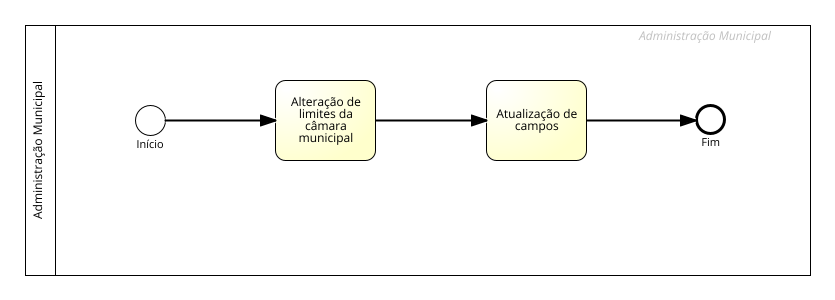
Before: BPMNs/Administração Municipal/Images/RFADM3.png, a diagram exported from BPMN (Municip-io-org/Municip.io). Its source is kept beside it as BPMNs/Administração Municipal/RFADM3.bpmn. Ids are renumbered.
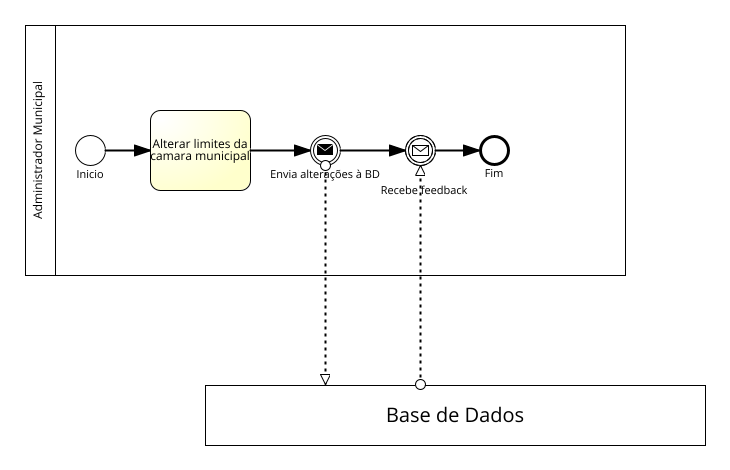
After the change.

The edit, as a diff of the source:
```diff
@@ -1,42 +1,59 @@
-<?xml version="1.0" encoding="UTF-8"?><definitions xmlns="http://www.omg.org/spec/BPMN/20100524/MODEL" xmlns:bpmndi="http://www.omg.org/spec/BPMN/20100524/DI" xmlns:omgdc="http://www.omg.org/spec/DD/20100524/DC" xmlns:omgdi="http://www.omg.org/spec/DD/20100524/DI" xmlns:signavio="http://www.signavio.com" xmlns:xsi="http://www.w3.org/2001/XMLSchema-instance" exporter="Signavio Process Editor, http://www.signavio.com" exporterVersion="17.8.2" expressionLanguage="http://www.w3.org/TR/XPath" id="sid-bff830e9-3cd9-4d7a-9ea7-29aec056781a" targetNamespace="http://www.signavio.com" typeLanguage="http://www.w3.org/2001/XMLSchema" xsi:schemaLocation="http://www.omg.org/spec/BPMN/20100524/MODEL http://www.omg.org/spec/BPMN/2.0/20100501/BPMN20.xsd">
-   <collaboration id="sid-b6b32f4e-c9c7-440f-bdcb-12419c208ed8">
+<?xml version="1.0" encoding="UTF-8"?><definitions xmlns="http://www.omg.org/spec/BPMN/20100524/MODEL" xmlns:bpmndi="http://www.omg.org/spec/BPMN/20100524/DI" xmlns:omgdc="http://www.omg.org/spec/DD/20100524/DC" xmlns:omgdi="http://www.omg.org/spec/DD/20100524/DI" xmlns:signavio="http://www.signavio.com" xmlns:xsi="http://www.w3.org/2001/XMLSchema-instance" exporter="Signavio Process Editor, http://www.signavio.com" exporterVersion="17.9.0" expressionLanguage="http://www.w3.org/TR/XPath" id="sid-0af09acb-2657-4b84-a68f-adb95ff0ffd9" targetNamespace="http://www.signavio.com" typeLanguage="http://www.w3.org/2001/XMLSchema" xsi:schemaLocation="http://www.omg.org/spec/BPMN/20100524/MODEL http://www.omg.org/spec/BPMN/2.0/20100501/BPMN20.xsd">
+   <collaboration id="sid-87433ca6-2d20-4238-8f25-cbb51ecfe668">
       <extensionElements>
          <signavio:signavioDiagramMetaData metaKey="prozessreifegrad" metaValue=""/>
          <signavio:signavioDiagramMetaData metaKey="iso9000ff" metaValue=""/>
          <signavio:signavioDiagramMetaData metaKey="processgoal" metaValue=""/>
          <signavio:signavioDiagramMetaData metaKey="meta-processowner" metaValue=""/>
-         <signavio:signavioDiagramMetaData metaKey="revisionid" metaValue="f34bfdd4e18b47a081d208595270e004"/>
+         <signavio:signavioDiagramMetaData metaKey="revisionid" metaValue="f077bb18992f46498bd38844e32c4adb"/>
       </extensionElements>
-      <participant id="sid-E14A2630-BF64-4854-8BA1-779919D15FB5" name="Administração Municipal" processRef="sid-7438947C-566E-4442-8145-57CA85D1A3B4">
+      <participant id="sid-60AB658F-DDB0-4B02-BE09-D8631FA98FDF" name="Administrador Municipal" processRef="sid-F47C586F-47B9-462D-9F9F-E39425EAAFA0">
          <extensionElements>
             <signavio:signavioMetaData metaKey="bgcolor" metaValue="#ffffff"/>
             <signavio:signavioMetaData metaKey="bordercolor" metaValue="#000000"/>
          </extensionElements>
       </participant>
+      <participant id="sid-F334BDF1-8FC6-4F55-8EAA-AA6A96764541" name="Base de Dados">
+         <extensionElements>
+            <signavio:signavioMetaData metaKey="bgcolor" metaValue="#ffffff"/>
+            <signavio:signavioMetaData metaKey="bordercolor" metaValue="#000000"/>
+         </extensionElements>
+      </participant>
+      <messageFlow id="sid-4D7AB9A9-3760-4F06-B2CF-B44B79A0B9AF" name="" sourceRef="sid-5DDD341B-4443-48AD-A353-4A88A1303B99" targetRef="sid-F334BDF1-8FC6-4F55-8EAA-AA6A96764541">
+         <extensionElements>
+            <signavio:signavioMetaData metaKey="bordercolor" metaValue="#000000"/>
+         </extensionElements>
+      </messageFlow>
+      <messageFlow id="sid-EB647BB1-A283-49BF-AA02-3D5664320BF7" name="" sourceRef="sid-F334BDF1-8FC6-4F55-8EAA-AA6A96764541" targetRef="sid-40D8C623-594C-4D21-B776-1DA431AC6BFC">
+         <extensionElements>
+            <signavio:signavioMetaData metaKey="bordercolor" metaValue="#000000"/>
+         </extensionElements>
+      </messageFlow>
    </collaboration>
-   <process id="sid-7438947C-566E-4442-8145-57CA85D1A3B4" isClosed="false" isExecutable="false" name="Administração Municipal" processType="None">
+   <process id="sid-F47C586F-47B9-462D-9F9F-E39425EAAFA0" isClosed="false" isExecutable="false" name="Administrador Municipal" processType="None">
       <extensionElements/>
-      <laneSet id="sid-12d9397d-056d-4d15-8bfc-2471853f4752">
-         <lane id="sid-C7383A6C-F52B-431C-8B79-69FD44ABDC23">
+      <laneSet id="sid-551626df-6db2-4fba-9ace-34dea788994b">
+         <lane id="sid-E5C83F91-4B58-456E-80EA-36B0DD8CBACD">
             <extensionElements>
                <signavio:signavioMetaData metaKey="bgcolor" metaValue=""/>
                <signavio:signavioMetaData metaKey="bordercolor" metaValue="#000000"/>
             </extensionElements>
-            <flowNodeRef>sid-0EB4B157-302D-4EAA-A43A-975ECF559CE3</flowNodeRef>
-            <flowNodeRef>sid-6208ADE8-D84D-4894-9D7C-F0AD8CCF59B0</flowNodeRef>
-            <flowNodeRef>sid-345FC2DF-637F-42B1-ABB6-85759CA7EC0C</flowNodeRef>
-            <flowNodeRef>sid-5B05376D-5C04-487E-95AA-DCBA4DA8E5C3</flowNodeRef>
+            <flowNodeRef>sid-0C0AD089-07E2-4A43-99F5-6968C2F26217</flowNodeRef>
+            <flowNodeRef>sid-77AC65BA-AF7E-4768-8337-DB957F25FF63</flowNodeRef>
+            <flowNodeRef>sid-40D8C623-594C-4D21-B776-1DA431AC6BFC</flowNodeRef>
+            <flowNodeRef>sid-5DDD341B-4443-48AD-A353-4A88A1303B99</flowNodeRef>
+            <flowNodeRef>sid-0E823678-1DB2-47DA-A91D-3171463FEB54</flowNodeRef>
          </lane>
       </laneSet>
-      <startEvent id="sid-0EB4B157-302D-4EAA-A43A-975ECF559CE3" name="Início">
+      <startEvent id="sid-0C0AD089-07E2-4A43-99F5-6968C2F26217" name="Inicio">
          <extensionElements>
             <signavio:signavioMetaData metaKey="bgcolor" metaValue="#ffffff"/>
             <signavio:signavioMetaData metaKey="bordercolor" metaValue="#000000"/>
             <signavio:signavioMetaData metaKey="vorgngerprozesse" metaValue=""/>
          </extensionElements>
-         <outgoing>sid-48203474-E44F-46D3-8B60-6F7EE7987956</outgoing>
+         <outgoing>sid-1277CB96-6CCF-4DA0-AECF-F08FD259CD8D</outgoing>
       </startEvent>
-      <task completionQuantity="1" id="sid-6208ADE8-D84D-4894-9D7C-F0AD8CCF59B0" isForCompensation="false" name="Alteração de limites da câmara municipal " startQuantity="1">
+      <task completionQuantity="1" id="sid-77AC65BA-AF7E-4768-8337-DB957F25FF63" isForCompensation="false" name="Alterar limites da camara municipal" startQuantity="1">
          <extensionElements>
             <signavio:signavioMetaData metaKey="bgcolor" metaValue="#ffffcc"/>
             <signavio:signavioMetaData metaKey="bordercolor" metaValue="#000000"/>
@@ -46,98 +63,133 @@
             <signavio:signavioMetaData metaKey="externaldocuments" metaValue=""/>
             <signavio:signavioMetaData metaKey="wirdinformiert" metaValue=""/>
          </extensionElements>
-         <incoming>sid-48203474-E44F-46D3-8B60-6F7EE7987956</incoming>
-         <outgoing>sid-68CB3E20-917A-4D24-8DE6-EE2653B4B43B</outgoing>
+         <incoming>sid-1277CB96-6CCF-4DA0-AECF-F08FD259CD8D</incoming>
+         <outgoing>sid-86A2C395-4FAF-4607-89E7-65AEDCDAC937</outgoing>
       </task>
-      <task completionQuantity="1" id="sid-345FC2DF-637F-42B1-ABB6-85759CA7EC0C" isForCompensation="false" name="Atualização de campos " startQuantity="1">
+      <intermediateCatchEvent id="sid-40D8C623-594C-4D21-B776-1DA431AC6BFC" name="Recebe feedback">
          <extensionElements>
-            <signavio:signavioMetaData metaKey="bgcolor" metaValue="#ffffcc"/>
+            <signavio:signavioMetaData metaKey="bgcolor" metaValue="#ffffff"/>
             <signavio:signavioMetaData metaKey="bordercolor" metaValue="#000000"/>
-            <signavio:signavioMetaData metaKey="erteiltfreigabe" metaValue=""/>
-            <signavio:signavioMetaData metaKey="meta-risks" metaValue=""/>
-            <signavio:signavioMetaData metaKey="wirdkonsultiert" metaValue=""/>
-            <signavio:signavioMetaData metaKey="externaldocuments" metaValue=""/>
-            <signavio:signavioMetaData metaKey="wirdinformiert" metaValue=""/>
+            <signavio:signavioLabel ref="text_name" valign="middle" x="19.0" y="55.0"/>
          </extensionElements>
-         <incoming>sid-68CB3E20-917A-4D24-8DE6-EE2653B4B43B</incoming>
-         <outgoing>sid-EF187A7B-A1AF-43A7-9D82-5F85266D28A1</outgoing>
-      </task>
-      <endEvent id="sid-5B05376D-5C04-487E-95AA-DCBA4DA8E5C3" name="Fim">
+         <incoming>sid-8C120E6D-6A08-493B-A81E-D9034042B63E</incoming>
+         <outgoing>sid-FF174D9C-625E-497B-83B8-9E4EA21251D4</outgoing>
+         <messageEventDefinition id="sid-5bc505be-8e45-407d-bb15-9712c7a188b3"/>
+      </intermediateCatchEvent>
+      <intermediateThrowEvent id="sid-5DDD341B-4443-48AD-A353-4A88A1303B99" name="Envia alterações à BD">
+         <extensionElements>
+            <signavio:signavioMetaData metaKey="bgcolor" metaValue="#ffffff"/>
+            <signavio:signavioMetaData metaKey="bordercolor" metaValue="#000000"/>
+         </extensionElements>
+         <incoming>sid-86A2C395-4FAF-4607-89E7-65AEDCDAC937</incoming>
+         <outgoing>sid-8C120E6D-6A08-493B-A81E-D9034042B63E</outgoing>
+         <messageEventDefinition id="sid-9cecdc42-8a03-4291-8a56-6a818b6a6756"/>
+      </intermediateThrowEvent>
+      <endEvent id="sid-0E823678-1DB2-47DA-A91D-3171463FEB54" name="Fim">
          <extensionElements>
             <signavio:signavioMetaData metaKey="bgcolor" metaValue="#ffffff"/>
             <signavio:signavioMetaData metaKey="bordercolor" metaValue="#000000"/>
             <signavio:signavioMetaData metaKey="nachfolgerprozesse" metaValue=""/>
          </extensionElements>
-         <incoming>sid-EF187A7B-A1AF-43A7-9D82-5F85266D28A1</incoming>
+         <incoming>sid-FF174D9C-625E-497B-83B8-9E4EA21251D4</incoming>
       </endEvent>
-      <sequenceFlow id="sid-48203474-E44F-46D3-8B60-6F7EE7987956" name="" sourceRef="sid-0EB4B157-302D-4EAA-A43A-975ECF559CE3" targetRef="sid-6208ADE8-D84D-4894-9D7C-F0AD8CCF59B0">
+      <sequenceFlow id="sid-1277CB96-6CCF-4DA0-AECF-F08FD259CD8D" name="" sourceRef="sid-0C0AD089-07E2-4A43-99F5-6968C2F26217" targetRef="sid-77AC65BA-AF7E-4768-8337-DB957F25FF63">
          <extensionElements>
             <signavio:signavioMetaData metaKey="bordercolor" metaValue="#000000"/>
          </extensionElements>
       </sequenceFlow>
-      <sequenceFlow id="sid-68CB3E20-917A-4D24-8DE6-EE2653B4B43B" name="" sourceRef="sid-6208ADE8-D84D-4894-9D7C-F0AD8CCF59B0" targetRef="sid-345FC2DF-637F-42B1-ABB6-85759CA7EC0C">
+      <sequenceFlow id="sid-86A2C395-4FAF-4607-89E7-65AEDCDAC937" name="" sourceRef="sid-77AC65BA-AF7E-4768-8337-DB957F25FF63" targetRef="sid-5DDD341B-4443-48AD-A353-4A88A1303B99">
          <extensionElements>
             <signavio:signavioMetaData metaKey="bordercolor" metaValue="#000000"/>
          </extensionElements>
       </sequenceFlow>
-      <sequenceFlow id="sid-EF187A7B-A1AF-43A7-9D82-5F85266D28A1" name="" sourceRef="sid-345FC2DF-637F-42B1-ABB6-85759CA7EC0C" targetRef="sid-5B05376D-5C04-487E-95AA-DCBA4DA8E5C3">
+      <sequenceFlow id="sid-8C120E6D-6A08-493B-A81E-D9034042B63E" name="" sourceRef="sid-5DDD341B-4443-48AD-A353-4A88A1303B99" targetRef="sid-40D8C623-594C-4D21-B776-1DA431AC6BFC">
+         <extensionElements>
+            <signavio:signavioMetaData metaKey="bordercolor" metaValue="#000000"/>
+         </extensionElements>
+      </sequenceFlow>
+      <sequenceFlow id="sid-FF174D9C-625E-497B-83B8-9E4EA21251D4" name="" sourceRef="sid-40D8C623-594C-4D21-B776-1DA431AC6BFC" targetRef="sid-0E823678-1DB2-47DA-A91D-3171463FEB54">
          <extensionElements>
             <signavio:signavioMetaData metaKey="bordercolor" metaValue="#000000"/>
          </extensionElements>
       </sequenceFlow>
    </process>
-   <bpmndi:BPMNDiagram id="sid-d9437d13-c107-4e4c-b427-53a740da4449">
-      <bpmndi:BPMNPlane bpmnElement="sid-b6b32f4e-c9c7-440f-bdcb-12419c208ed8" id="sid-f6666eaa-3cc2-4808-9617-6632ac163aa8">
-         <bpmndi:BPMNShape bpmnElement="sid-E14A2630-BF64-4854-8BA1-779919D15FB5" id="sid-E14A2630-BF64-4854-8BA1-779919D15FB5_gui" isHorizontal="true">
-            <omgdc:Bounds height="250.0" width="785.2471829464525" x="260.0" y="160.0"/>
-            <bpmndi:BPMNLabel labelStyle="sid-b3acef11-07c5-441c-bdd4-33c257e84562">
-               <omgdc:Bounds height="130.37142944335938" width="12.0" x="265.0" y="219.8142852783203"/>
+   <bpmndi:BPMNDiagram id="sid-6c59e58f-f6f7-46ec-a87a-cd12d94deb44">
+      <bpmndi:BPMNPlane bpmnElement="sid-87433ca6-2d20-4238-8f25-cbb51ecfe668" id="sid-dbe75f8c-53b4-458b-89c1-09a8ab19e840">
+         <bpmndi:BPMNShape bpmnElement="sid-60AB658F-DDB0-4B02-BE09-D8631FA98FDF" id="sid-60AB658F-DDB0-4B02-BE09-D8631FA98FDF_gui" isHorizontal="true">
+            <omgdc:Bounds height="250.0" width="600.0" x="270.0" y="60.0"/>
+            <bpmndi:BPMNLabel labelStyle="sid-1a6910d4-f0b7-460d-aa57-37bba929549a">
+               <omgdc:Bounds height="128.05714416503906" width="12.0" x="275.0" y="120.97142791748047"/>
             </bpmndi:BPMNLabel>
          </bpmndi:BPMNShape>
-         <bpmndi:BPMNShape bpmnElement="sid-C7383A6C-F52B-431C-8B79-69FD44ABDC23" id="sid-C7383A6C-F52B-431C-8B79-69FD44ABDC23_gui" isHorizontal="true">
-            <omgdc:Bounds height="250.0" width="755.2471829464525" x="290.0" y="160.0"/>
-         </bpmndi:BPMNShape>
-         <bpmndi:BPMNShape bpmnElement="sid-0EB4B157-302D-4EAA-A43A-975ECF559CE3" id="sid-0EB4B157-302D-4EAA-A43A-975ECF559CE3_gui">
-            <omgdc:Bounds height="30.0" width="30.0" x="369.9999944865704" y="239.99999642372137"/>
-            <bpmndi:BPMNLabel labelStyle="sid-2af81785-aa6c-4ceb-830d-00d3a9982f7b">
-               <omgdc:Bounds height="11.0" width="29.700000762939453" x="370.1499941051007" y="271.99999642372137"/>
+         <bpmndi:BPMNShape bpmnElement="sid-F334BDF1-8FC6-4F55-8EAA-AA6A96764541" id="sid-F334BDF1-8FC6-4F55-8EAA-AA6A96764541_gui" isHorizontal="true">
+            <omgdc:Bounds height="60.0" width="500.0" x="450.0" y="420.0"/>
+            <bpmndi:BPMNLabel labelStyle="sid-1a6910d4-f0b7-460d-aa57-37bba929549a">
+               <omgdc:Bounds height="20.0" width="136.28570556640625" x="631.8571472167969" y="437.0"/>
             </bpmndi:BPMNLabel>
          </bpmndi:BPMNShape>
-         <bpmndi:BPMNShape bpmnElement="sid-6208ADE8-D84D-4894-9D7C-F0AD8CCF59B0" id="sid-6208ADE8-D84D-4894-9D7C-F0AD8CCF59B0_gui">
-            <omgdc:Bounds height="80.0" width="100.0" x="510.8940683480343" y="214.99999321997183"/>
-            <bpmndi:BPMNLabel labelStyle="sid-b3acef11-07c5-441c-bdd4-33c257e84562">
-               <omgdc:Bounds height="48.0" width="69.42857360839844" x="526.1797815438351" y="228.99999321997183"/>
+         <bpmndi:BPMNShape bpmnElement="sid-E5C83F91-4B58-456E-80EA-36B0DD8CBACD" id="sid-E5C83F91-4B58-456E-80EA-36B0DD8CBACD_gui" isHorizontal="true">
+            <omgdc:Bounds height="250.0" width="570.0" x="300.0" y="60.0"/>
+         </bpmndi:BPMNShape>
+         <bpmndi:BPMNShape bpmnElement="sid-0C0AD089-07E2-4A43-99F5-6968C2F26217" id="sid-0C0AD089-07E2-4A43-99F5-6968C2F26217_gui">
+            <omgdc:Bounds height="30.0" width="30.0" x="320.0" y="170.0"/>
+            <bpmndi:BPMNLabel labelStyle="sid-91f1d5d3-a686-4d67-ac99-e28e20ab27cd">
+               <omgdc:Bounds height="11.0" width="25.45714569091797" x="322.271427154541" y="202.0"/>
             </bpmndi:BPMNLabel>
          </bpmndi:BPMNShape>
-         <bpmndi:BPMNShape bpmnElement="sid-345FC2DF-637F-42B1-ABB6-85759CA7EC0C" id="sid-345FC2DF-637F-42B1-ABB6-85759CA7EC0C_gui">
-            <omgdc:Bounds height="80.0" width="99.99999999999994" x="721.7881314540168" y="214.9999900162223"/>
-            <bpmndi:BPMNLabel labelStyle="sid-b3acef11-07c5-441c-bdd4-33c257e84562">
-               <omgdc:Bounds height="24.00000000000003" width="80.22857666015625" x="731.6738431239387" y="240.9999900162223"/>
+         <bpmndi:BPMNShape bpmnElement="sid-77AC65BA-AF7E-4768-8337-DB957F25FF63" id="sid-77AC65BA-AF7E-4768-8337-DB957F25FF63_gui">
+            <omgdc:Bounds height="80.0" width="100.0" x="395.0" y="145.0"/>
+            <bpmndi:BPMNLabel labelStyle="sid-1a6910d4-f0b7-460d-aa57-37bba929549a">
+               <omgdc:Bounds height="24.0" width="91.80000305175781" x="399.0999984741211" y="171.0"/>
             </bpmndi:BPMNLabel>
          </bpmndi:BPMNShape>
-         <bpmndi:BPMNShape bpmnElement="sid-5B05376D-5C04-487E-95AA-DCBA4DA8E5C3" id="sid-5B05376D-5C04-487E-95AA-DCBA4DA8E5C3_gui">
-            <omgdc:Bounds height="28.0" width="28.0" x="932.6821806619517" y="240.99999283254164"/>
-            <bpmndi:BPMNLabel labelStyle="sid-2af81785-aa6c-4ceb-830d-00d3a9982f7b">
-               <omgdc:Bounds height="11.0" width="16.97142791748047" x="938.1964667032115" y="270.99999283254164"/>
+         <bpmndi:BPMNShape bpmnElement="sid-40D8C623-594C-4D21-B776-1DA431AC6BFC" id="sid-40D8C623-594C-4D21-B776-1DA431AC6BFC_gui">
+            <omgdc:Bounds height="30.0" width="30.0" x="650.0" y="170.0"/>
+            <bpmndi:BPMNLabel labelStyle="sid-91f1d5d3-a686-4d67-ac99-e28e20ab27cd">
+               <omgdc:Bounds height="11.0" width="82.7357177734375" x="627.6321411132812" y="218.0"/>
             </bpmndi:BPMNLabel>
          </bpmndi:BPMNShape>
-         <bpmndi:BPMNEdge bpmnElement="sid-48203474-E44F-46D3-8B60-6F7EE7987956" id="sid-48203474-E44F-46D3-8B60-6F7EE7987956_gui">
-            <omgdi:waypoint x="399.9999944865704" y="254.9999961505101"/>
-            <omgdi:waypoint x="510.8940683480343" y="254.99999413067604"/>
+         <bpmndi:BPMNShape bpmnElement="sid-5DDD341B-4443-48AD-A353-4A88A1303B99" id="sid-5DDD341B-4443-48AD-A353-4A88A1303B99_gui">
+            <omgdc:Bounds height="30.0" width="30.0" x="555.0" y="170.0"/>
+            <bpmndi:BPMNLabel labelStyle="sid-91f1d5d3-a686-4d67-ac99-e28e20ab27cd">
+               <omgdc:Bounds height="11.0" width="109.60713958740234" x="515.1964302062988" y="202.0"/>
+            </bpmndi:BPMNLabel>
+         </bpmndi:BPMNShape>
+         <bpmndi:BPMNShape bpmnElement="sid-0E823678-1DB2-47DA-A91D-3171463FEB54" id="sid-0E823678-1DB2-47DA-A91D-3171463FEB54_gui">
+            <omgdc:Bounds height="28.0" width="28.0" x="725.0" y="171.0"/>
+            <bpmndi:BPMNLabel labelStyle="sid-91f1d5d3-a686-4d67-ac99-e28e20ab27cd">
+               <omgdc:Bounds height="11.0" width="16.97142791748047" x="730.5142860412598" y="201.0"/>
+            </bpmndi:BPMNLabel>
+         </bpmndi:BPMNShape>
+         <bpmndi:BPMNEdge bpmnElement="sid-1277CB96-6CCF-4DA0-AECF-F08FD259CD8D" id="sid-1277CB96-6CCF-4DA0-AECF-F08FD259CD8D_gui">
+            <omgdi:waypoint x="350.0" y="185.0"/>
+            <omgdi:waypoint x="395.0" y="185.0"/>
          </bpmndi:BPMNEdge>
-         <bpmndi:BPMNEdge bpmnElement="sid-68CB3E20-917A-4D24-8DE6-EE2653B4B43B" id="sid-68CB3E20-917A-4D24-8DE6-EE2653B4B43B_gui">
-            <omgdi:waypoint x="610.8940683480344" y="254.99999246040812"/>
-            <omgdi:waypoint x="721.7881314540168" y="254.99999077578602"/>
+         <bpmndi:BPMNEdge bpmnElement="sid-86A2C395-4FAF-4607-89E7-65AEDCDAC937" id="sid-86A2C395-4FAF-4607-89E7-65AEDCDAC937_gui">
+            <omgdi:waypoint x="495.0" y="185.0"/>
+            <omgdi:waypoint x="555.0" y="185.0"/>
          </bpmndi:BPMNEdge>
-         <bpmndi:BPMNEdge bpmnElement="sid-EF187A7B-A1AF-43A7-9D82-5F85266D28A1" id="sid-EF187A7B-A1AF-43A7-9D82-5F85266D28A1_gui">
-            <omgdi:waypoint x="821.7881314540168" y="254.99999082137245"/>
-            <omgdi:waypoint x="932.6821806619517" y="254.9999926070996"/>
+         <bpmndi:BPMNEdge bpmnElement="sid-8C120E6D-6A08-493B-A81E-D9034042B63E" id="sid-8C120E6D-6A08-493B-A81E-D9034042B63E_gui">
+            <omgdi:waypoint x="585.0" y="185.0"/>
+            <omgdi:waypoint x="650.0" y="185.0"/>
+         </bpmndi:BPMNEdge>
+         <bpmndi:BPMNEdge bpmnElement="sid-FF174D9C-625E-497B-83B8-9E4EA21251D4" id="sid-FF174D9C-625E-497B-83B8-9E4EA21251D4_gui">
+            <omgdi:waypoint x="680.0" y="185.0"/>
+            <omgdi:waypoint x="725.0" y="185.0"/>
+         </bpmndi:BPMNEdge>
+         <bpmndi:BPMNEdge bpmnElement="sid-4D7AB9A9-3760-4F06-B2CF-B44B79A0B9AF" id="sid-4D7AB9A9-3760-4F06-B2CF-B44B79A0B9AF_gui">
+            <omgdi:waypoint x="570.0" y="200.0"/>
+            <omgdi:waypoint x="570.0" y="420.0"/>
+         </bpmndi:BPMNEdge>
+         <bpmndi:BPMNEdge bpmnElement="sid-EB647BB1-A283-49BF-AA02-3D5664320BF7" id="sid-EB647BB1-A283-49BF-AA02-3D5664320BF7_gui">
+            <omgdi:waypoint x="665.0" y="420.0"/>
+            <omgdi:waypoint x="665.0" y="200.0"/>
          </bpmndi:BPMNEdge>
       </bpmndi:BPMNPlane>
-      <bpmndi:BPMNLabelStyle id="sid-2af81785-aa6c-4ceb-830d-00d3a9982f7b">
+      <bpmndi:BPMNLabelStyle id="sid-91f1d5d3-a686-4d67-ac99-e28e20ab27cd">
          <omgdc:Font isBold="false" isItalic="false" isStrikeThrough="false" isUnderline="false" name="Arial" size="11.0"/>
       </bpmndi:BPMNLabelStyle>
-      <bpmndi:BPMNLabelStyle id="sid-b3acef11-07c5-441c-bdd4-33c257e84562">
+      <bpmndi:BPMNLabelStyle id="sid-1a6910d4-f0b7-460d-aa57-37bba929549a">
          <omgdc:Font isBold="false" isItalic="false" isStrikeThrough="false" isUnderline="false" name="Arial" size="12.0"/>
       </bpmndi:BPMNLabelStyle>
    </bpmndi:BPMNDiagram>
```
